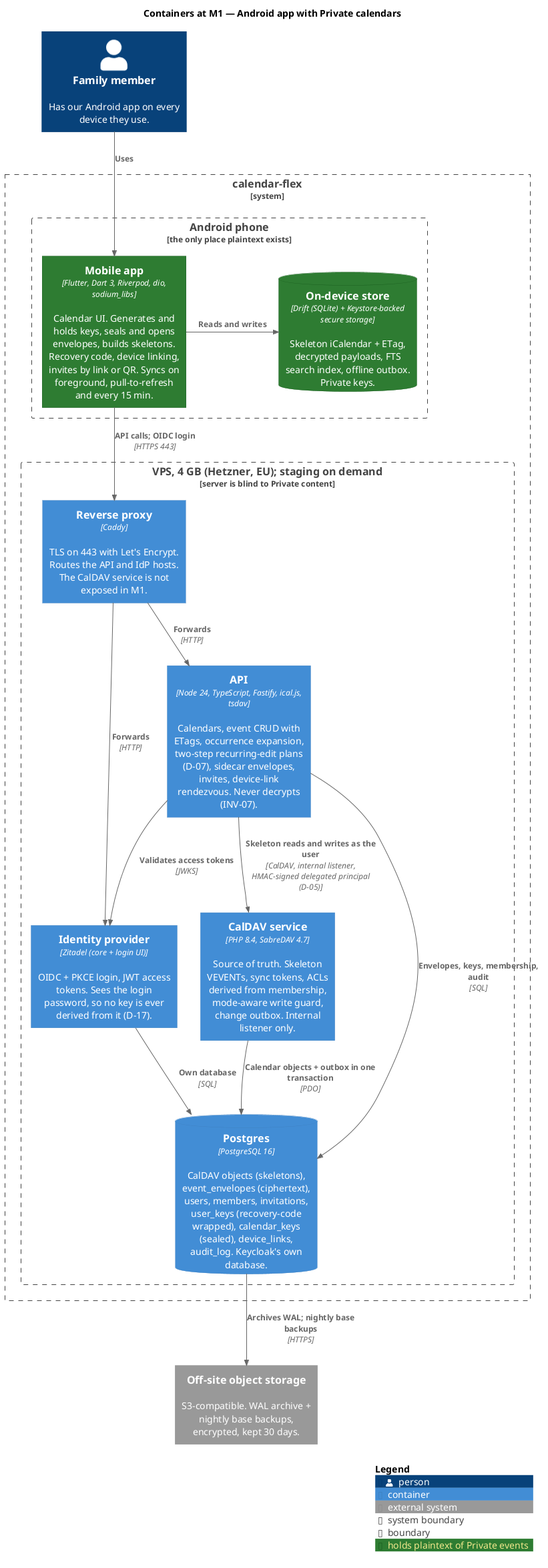
Before: docs/diagrams/c4-2-containers-m1.png, a diagram exported from PlantUML (fabelhaft-io/flexcalendar).
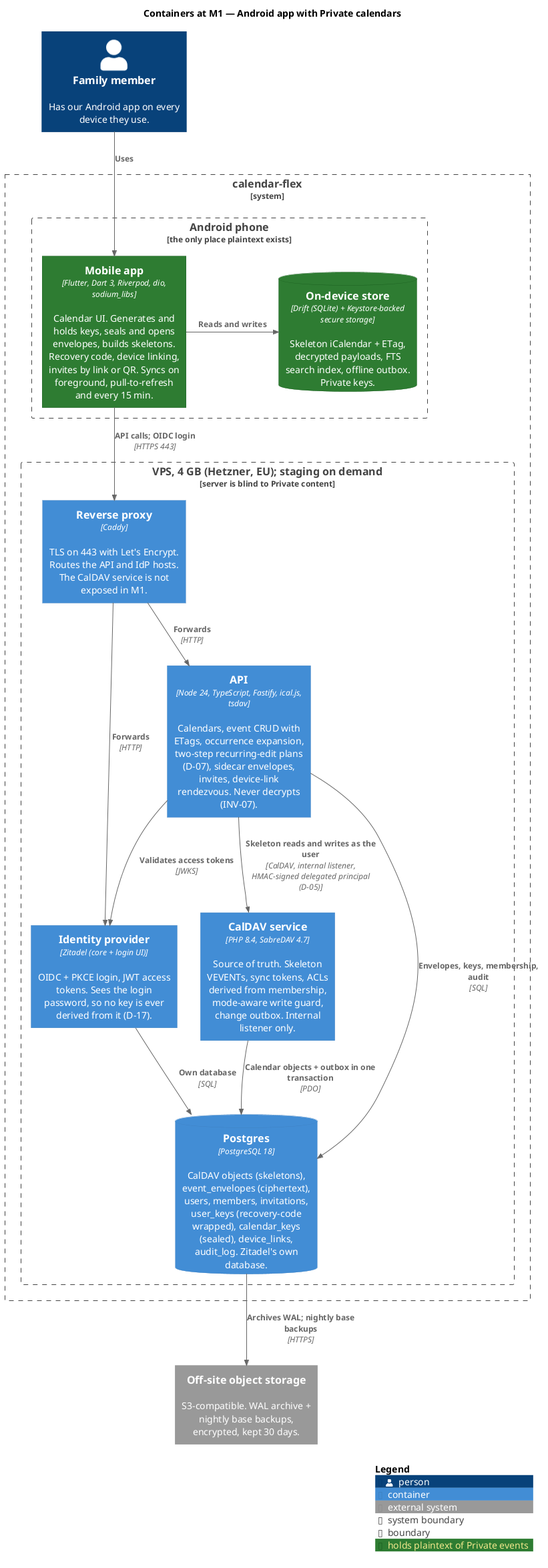
The same diagram one commit later.

Change to the diagram source:
```diff
@@ -20,7 +20,7 @@
     Container(idp, "Identity provider", "Zitadel (core + login UI)", "OIDC + PKCE login, JWT access tokens. Sees the login password, so no key is ever derived from it (D-17).")
     Container(api, "API", "Node 24, TypeScript, Fastify, ical.js, tsdav", "Calendars, event CRUD with ETags, occurrence expansion, two-step recurring-edit plans (D-07), sidecar envelopes, invites, device-link rendezvous. Never decrypts (INV-07).")
     Container(caldav, "CalDAV service", "PHP 8.4, SabreDAV 4.7", "Source of truth. Skeleton VEVENTs, sync tokens, ACLs derived from membership, mode-aware write guard, change outbox. Internal listener only.")
-    ContainerDb(db, "Postgres", "PostgreSQL 16", "CalDAV objects (skeletons), event_envelopes (ciphertext), users, members, invitations, user_keys (recovery-code wrapped), calendar_keys (sealed), device_links, audit_log. Keycloak's own database.")
+    ContainerDb(db, "Postgres", "PostgreSQL 18", "CalDAV objects (skeletons), event_envelopes (ciphertext), users, members, invitations, user_keys (recovery-code wrapped), calendar_keys (sealed), device_links, audit_log. Zitadel's own database.")
   }
 }
 
```
